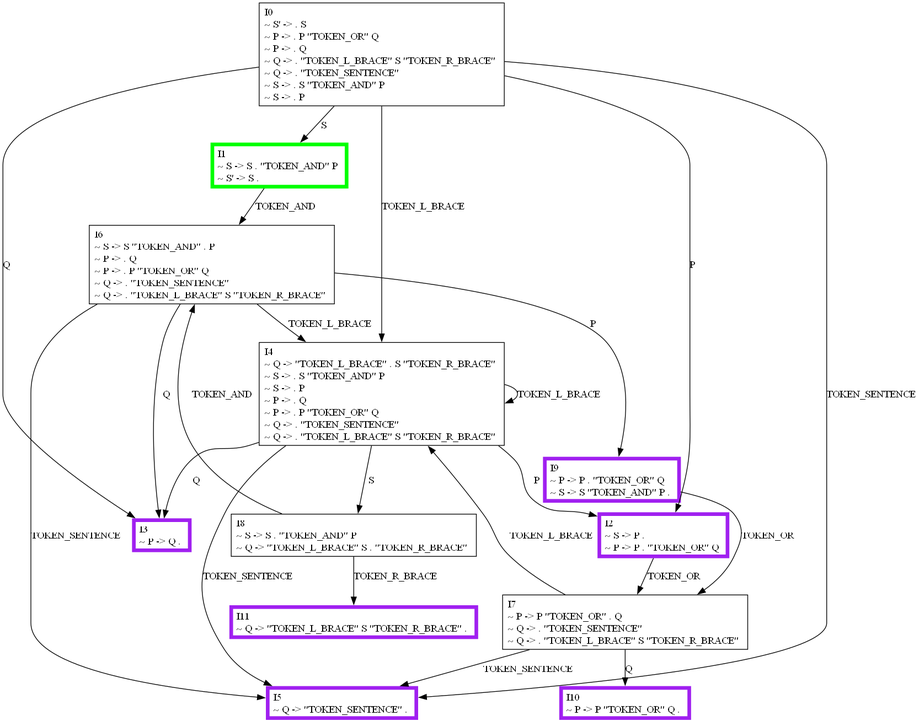
Earlier version of the Graphviz export graph/slr.png (MarchMol/syntax_analyzer). Its source is kept beside it as graph/slr.dot.
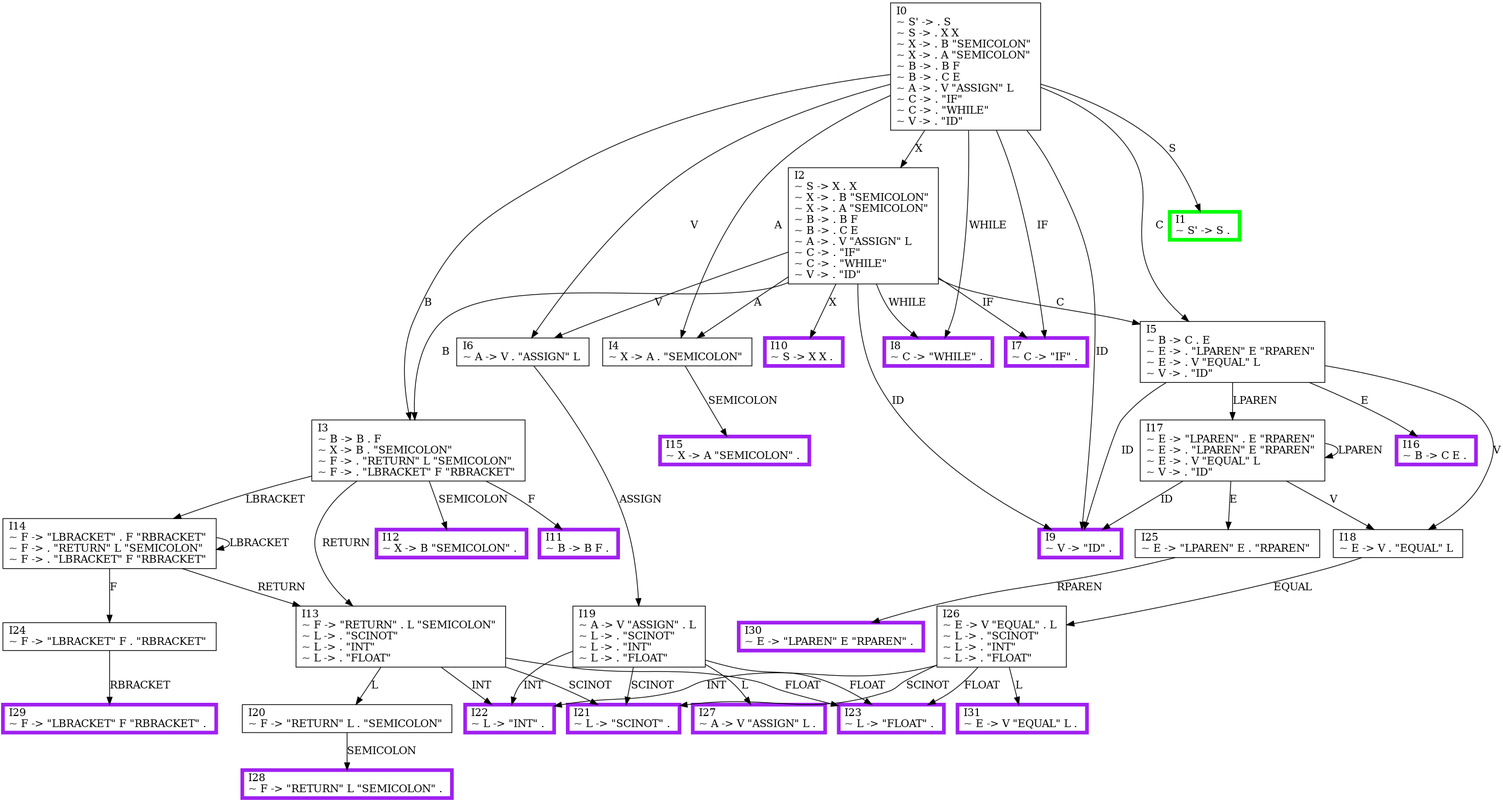
The same diagram one commit later.

The edit, as a diff of the source:
```diff
@@ -1,36 +1,84 @@
 digraph {
-    0 [ label = "I6\l~ S -> S \"TOKEN_AND\" . P \l~ P -> . Q \l~ P -> . P \"TOKEN_OR\" Q \l~ Q -> . \"TOKEN_SENTENCE\" \l~ Q -> . \"TOKEN_L_BRACE\" S \"TOKEN_R_BRACE\" \l" shape=box]
-    1 [ label = "I8\l~ S -> S . \"TOKEN_AND\" P \l~ Q -> \"TOKEN_L_BRACE\" S . \"TOKEN_R_BRACE\" \l" shape=box]
-    2 [ label = "I0\l~ S' -> . S \l~ P -> . P \"TOKEN_OR\" Q \l~ P -> . Q \l~ Q -> . \"TOKEN_L_BRACE\" S \"TOKEN_R_BRACE\" \l~ Q -> . \"TOKEN_SENTENCE\" \l~ S -> . S \"TOKEN_AND\" P \l~ S -> . P \l" shape=box]
-    3 [ label = "I4\l~ Q -> \"TOKEN_L_BRACE\" . S \"TOKEN_R_BRACE\" \l~ S -> . S \"TOKEN_AND\" P \l~ S -> . P \l~ P -> . Q \l~ P -> . P \"TOKEN_OR\" Q \l~ Q -> . \"TOKEN_SENTENCE\" \l~ Q -> . \"TOKEN_L_BRACE\" S \"TOKEN_R_BRACE\" \l" shape=box]
-    4 [ label = "I2\l~ S -> P . \l~ P -> P . \"TOKEN_OR\" Q \l" shape=box, color=purple, penwidth=5]
-    5 [ label = "I9\l~ P -> P . \"TOKEN_OR\" Q \l~ S -> S \"TOKEN_AND\" P . \l" shape=box, color=purple, penwidth=5]
-    6 [ label = "I7\l~ P -> P \"TOKEN_OR\" . Q \l~ Q -> . \"TOKEN_SENTENCE\" \l~ Q -> . \"TOKEN_L_BRACE\" S \"TOKEN_R_BRACE\" \l" shape=box]
-    7 [ label = "I1\l~ S -> S . \"TOKEN_AND\" P \l~ S' -> S . \l" shape=box, color=green, penwidth=5]
-    8 [ label = "I3\l~ P -> Q . \l" shape=box, color=purple, penwidth=5]
-    9 [ label = "I5\l~ Q -> \"TOKEN_SENTENCE\" . \l" shape=box, color=purple, penwidth=5]
-    10 [ label = "I11\l~ Q -> \"TOKEN_L_BRACE\" S \"TOKEN_R_BRACE\" . \l" shape=box, color=purple, penwidth=5]
-    11 [ label = "I10\l~ P -> P \"TOKEN_OR\" Q . \l" shape=box, color=purple, penwidth=5]
-    0 -> 3 [ label = "TOKEN_L_BRACE" ]
-    0 -> 8 [ label = "Q" ]
-    0 -> 5 [ label = "P" ]
-    0 -> 9 [ label = "TOKEN_SENTENCE" ]
-    1 -> 10 [ label = "TOKEN_R_BRACE" ]
-    1 -> 0 [ label = "TOKEN_AND" ]
-    2 -> 3 [ label = "TOKEN_L_BRACE" ]
-    2 -> 4 [ label = "P" ]
-    2 -> 8 [ label = "Q" ]
-    2 -> 9 [ label = "TOKEN_SENTENCE" ]
-    2 -> 7 [ label = "S" ]
-    3 -> 1 [ label = "S" ]
-    3 -> 8 [ label = "Q" ]
-    3 -> 4 [ label = "P" ]
-    3 -> 9 [ label = "TOKEN_SENTENCE" ]
-    3 -> 3 [ label = "TOKEN_L_BRACE" ]
-    4 -> 6 [ label = "TOKEN_OR" ]
-    5 -> 6 [ label = "TOKEN_OR" ]
-    6 -> 3 [ label = "TOKEN_L_BRACE" ]
-    6 -> 11 [ label = "Q" ]
-    6 -> 9 [ label = "TOKEN_SENTENCE" ]
-    7 -> 0 [ label = "TOKEN_AND" ]
+    0 [ label = "I0\l~ S' -> . S \l~ S -> . X X \l~ X -> . B \"SEMICOLON\" \l~ X -> . A \"SEMICOLON\" \l~ B -> . B F \l~ B -> . C E \l~ A -> . V \"ASSIGN\" L \l~ C -> . \"IF\" \l~ C -> . \"WHILE\" \l~ V -> . \"ID\" \l" shape=box]
+    1 [ label = "I4\l~ X -> A . \"SEMICOLON\" \l" shape=box]
+    2 [ label = "I24\l~ F -> \"LBRACKET\" F . \"RBRACKET\" \l" shape=box]
+    3 [ label = "I20\l~ F -> \"RETURN\" L . \"SEMICOLON\" \l" shape=box]
+    4 [ label = "I6\l~ A -> V . \"ASSIGN\" L \l" shape=box]
+    5 [ label = "I2\l~ S -> X . X \l~ X -> . B \"SEMICOLON\" \l~ X -> . A \"SEMICOLON\" \l~ B -> . B F \l~ B -> . C E \l~ A -> . V \"ASSIGN\" L \l~ C -> . \"IF\" \l~ C -> . \"WHILE\" \l~ V -> . \"ID\" \l" shape=box]
+    6 [ label = "I14\l~ F -> \"LBRACKET\" . F \"RBRACKET\" \l~ F -> . \"RETURN\" L \"SEMICOLON\" \l~ F -> . \"LBRACKET\" F \"RBRACKET\" \l" shape=box]
+    7 [ label = "I18\l~ E -> V . \"EQUAL\" L \l" shape=box]
+    8 [ label = "I5\l~ B -> C . E \l~ E -> . \"LPAREN\" E \"RPAREN\" \l~ E -> . V \"EQUAL\" L \l~ V -> . \"ID\" \l" shape=box]
+    9 [ label = "I25\l~ E -> \"LPAREN\" E . \"RPAREN\" \l" shape=box]
+    10 [ label = "I13\l~ F -> \"RETURN\" . L \"SEMICOLON\" \l~ L -> . \"SCINOT\" \l~ L -> . \"INT\" \l~ L -> . \"FLOAT\" \l" shape=box]
+    11 [ label = "I17\l~ E -> \"LPAREN\" . E \"RPAREN\" \l~ E -> . \"LPAREN\" E \"RPAREN\" \l~ E -> . V \"EQUAL\" L \l~ V -> . \"ID\" \l" shape=box]
+    12 [ label = "I3\l~ B -> B . F \l~ X -> B . \"SEMICOLON\" \l~ F -> . \"RETURN\" L \"SEMICOLON\" \l~ F -> . \"LBRACKET\" F \"RBRACKET\" \l" shape=box]
+    13 [ label = "I19\l~ A -> V \"ASSIGN\" . L \l~ L -> . \"SCINOT\" \l~ L -> . \"INT\" \l~ L -> . \"FLOAT\" \l" shape=box]
+    14 [ label = "I26\l~ E -> V \"EQUAL\" . L \l~ L -> . \"SCINOT\" \l~ L -> . \"INT\" \l~ L -> . \"FLOAT\" \l" shape=box]
+    15 [ label = "I1\l~ S' -> S . \l" shape=box, color=green, penwidth=5]
+    16 [ label = "I9\l~ V -> \"ID\" . \l" shape=box, color=purple, penwidth=5]
+    17 [ label = "I7\l~ C -> \"IF\" . \l" shape=box, color=purple, penwidth=5]
+    18 [ label = "I8\l~ C -> \"WHILE\" . \l" shape=box, color=purple, penwidth=5]
+    19 [ label = "I15\l~ X -> A \"SEMICOLON\" . \l" shape=box, color=purple, penwidth=5]
+    20 [ label = "I29\l~ F -> \"LBRACKET\" F \"RBRACKET\" . \l" shape=box, color=purple, penwidth=5]
+    21 [ label = "I28\l~ F -> \"RETURN\" L \"SEMICOLON\" . \l" shape=box, color=purple, penwidth=5]
+    22 [ label = "I10\l~ S -> X X . \l" shape=box, color=purple, penwidth=5]
+    23 [ label = "I16\l~ B -> C E . \l" shape=box, color=purple, penwidth=5]
+    24 [ label = "I30\l~ E -> \"LPAREN\" E \"RPAREN\" . \l" shape=box, color=purple, penwidth=5]
+    25 [ label = "I21\l~ L -> \"SCINOT\" . \l" shape=box, color=purple, penwidth=5]
+    26 [ label = "I22\l~ L -> \"INT\" . \l" shape=box, color=purple, penwidth=5]
+    27 [ label = "I23\l~ L -> \"FLOAT\" . \l" shape=box, color=purple, penwidth=5]
+    28 [ label = "I12\l~ X -> B \"SEMICOLON\" . \l" shape=box, color=purple, penwidth=5]
+    29 [ label = "I11\l~ B -> B F . \l" shape=box, color=purple, penwidth=5]
+    30 [ label = "I27\l~ A -> V \"ASSIGN\" L . \l" shape=box, color=purple, penwidth=5]
+    31 [ label = "I31\l~ E -> V \"EQUAL\" L . \l" shape=box, color=purple, penwidth=5]
+    0 -> 12 [ label = "B" ]
+    0 -> 8 [ label = "C" ]
+    0 -> 15 [ label = "S" ]
+    0 -> 16 [ label = "ID" ]
+    0 -> 5 [ label = "X" ]
+    0 -> 1 [ label = "A" ]
+    0 -> 17 [ label = "IF" ]
+    0 -> 4 [ label = "V" ]
+    0 -> 18 [ label = "WHILE" ]
+    1 -> 19 [ label = "SEMICOLON" ]
+    2 -> 20 [ label = "RBRACKET" ]
+    3 -> 21 [ label = "SEMICOLON" ]
+    4 -> 13 [ label = "ASSIGN" ]
+    5 -> 22 [ label = "X" ]
+    5 -> 12 [ label = "B" ]
+    5 -> 1 [ label = "A" ]
+    5 -> 18 [ label = "WHILE" ]
+    5 -> 4 [ label = "V" ]
+    5 -> 16 [ label = "ID" ]
+    5 -> 8 [ label = "C" ]
+    5 -> 17 [ label = "IF" ]
+    6 -> 6 [ label = "LBRACKET" ]
+    6 -> 2 [ label = "F" ]
+    6 -> 10 [ label = "RETURN" ]
+    7 -> 14 [ label = "EQUAL" ]
+    8 -> 16 [ label = "ID" ]
+    8 -> 23 [ label = "E" ]
+    8 -> 11 [ label = "LPAREN" ]
+    8 -> 7 [ label = "V" ]
+    9 -> 24 [ label = "RPAREN" ]
+    10 -> 25 [ label = "SCINOT" ]
+    10 -> 26 [ label = "INT" ]
+    10 -> 3 [ label = "L" ]
+    10 -> 27 [ label = "FLOAT" ]
+    11 -> 9 [ label = "E" ]
+    11 -> 16 [ label = "ID" ]
+    11 -> 7 [ label = "V" ]
+    11 -> 11 [ label = "LPAREN" ]
+    12 -> 28 [ label = "SEMICOLON" ]
+    12 -> 10 [ label = "RETURN" ]
+    12 -> 6 [ label = "LBRACKET" ]
+    12 -> 29 [ label = "F" ]
+    13 -> 30 [ label = "L" ]
+    13 -> 27 [ label = "FLOAT" ]
+    13 -> 25 [ label = "SCINOT" ]
+    13 -> 26 [ label = "INT" ]
+    14 -> 31 [ label = "L" ]
+    14 -> 26 [ label = "INT" ]
+    14 -> 27 [ label = "FLOAT" ]
+    14 -> 25 [ label = "SCINOT" ]
 }
```
